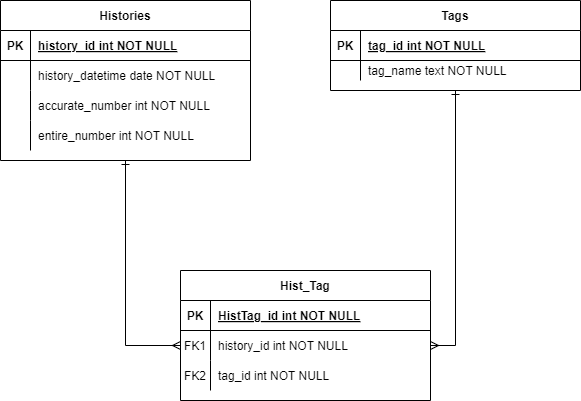
This is documents/テーブル設計.drawio.png from Lis-ReKid/CorrectRateLog, a draw.io export, as it was before one commit. Source tidied: cells renumbered, new cells last; positions are measured from the earlier drawing's top-left corner, leaving out a move shared by most shapes.
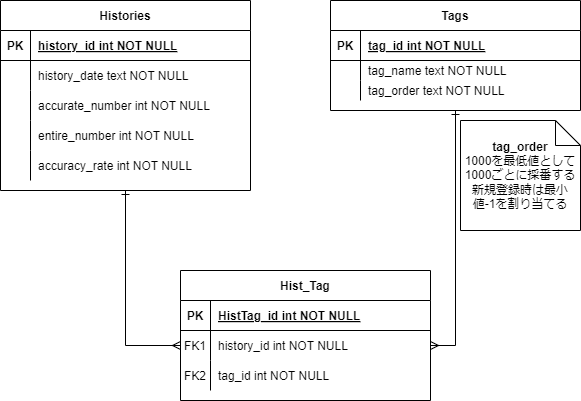
The same file after the commit.

Commit message:
テーブル設計書を更新

Change to the diagram source:
```diff
@@ -1,102 +1,123 @@
-<mxGraphModel>
+<mxGraphModel background="#FFFFFF">
   <root>
     <mxCell id="0" />
     <mxCell id="1" parent="0" />
     <mxCell id="2" value="Tags" style="shape=table;startSize=30;rowLines=0;fontStyle=1;align=center;" parent="1" vertex="1">
-      <mxGeometry x="330" width="250" height="90" as="geometry" />
+      <mxGeometry x="330" width="250" height="110" as="geometry" />
     </mxCell>
-    <mxCell id="3" style="shape=partialRectangle;fillColor=none;top=0;left=0;right=0;bottom=1;" parent="2" vertex="1">
-      <mxGeometry y="30" width="250" height="30" as="geometry" />
-    </mxCell>
-    <mxCell id="4" value="PK" style="shape=partialRectangle;overflow=hidden;fillColor=none;top=0;left=0;bottom=0;right=0;fontStyle=1;" parent="3" vertex="1">
-      <mxGeometry width="30" height="30" as="geometry" />
-    </mxCell>
+    <mxCell id="34" style="shape=partialRectangle;fillColor=none;top=0;left=0;right=0;bottom=1;" parent="2" vertex="1">
+      <mxGeometry y="30" width="250" height="30" as="geometry" />
+    </mxCell>
+    <mxCell id="35" value="PK" style="shape=partialRectangle;overflow=hidden;fillColor=none;top=0;left=0;bottom=0;right=0;fontStyle=1;" parent="34" vertex="1">
+      <mxGeometry width="30" height="30" as="geometry" />
+    </mxCell>
-    <mxCell id="5" value="tag_id int NOT NULL " style="shape=partialRectangle;overflow=hidden;fillColor=none;top=0;left=0;bottom=0;right=0;align=left;spacingLeft=6;fontStyle=5;" parent="3" vertex="1">
+    <mxCell id="5" value="tag_id int NOT NULL " style="shape=partialRectangle;overflow=hidden;fillColor=none;top=0;left=0;bottom=0;right=0;align=left;spacingLeft=6;fontStyle=5;" parent="34" vertex="1">
       <mxGeometry x="30" width="220" height="30" as="geometry" />
     </mxCell>
     <mxCell id="6" style="shape=partialRectangle;fillColor=none;top=0;left=0;right=0;bottom=0;" parent="2" vertex="1">
       <mxGeometry y="60" width="250" height="20" as="geometry" />
     </mxCell>
-    <mxCell id="7" style="shape=partialRectangle;overflow=hidden;fillColor=none;top=0;left=0;bottom=0;right=0;" parent="6" vertex="1">
-      <mxGeometry width="30" height="20" as="geometry" />
-    </mxCell>
+    <mxCell id="36" style="shape=partialRectangle;overflow=hidden;fillColor=none;top=0;left=0;bottom=0;right=0;" parent="6" vertex="1">
+      <mxGeometry width="30" height="20" as="geometry" />
+    </mxCell>
     <mxCell id="8" value="tag_name text NOT NULL" style="shape=partialRectangle;overflow=hidden;fillColor=none;top=0;left=0;bottom=0;right=0;align=left;spacingLeft=6;" parent="6" vertex="1">
       <mxGeometry x="30" width="220" height="20" as="geometry" />
     </mxCell>
+    <mxCell id="37" style="shape=partialRectangle;fillColor=none;top=0;left=0;right=0;bottom=0;" parent="2" vertex="1">
+      <mxGeometry y="80" width="250" height="20" as="geometry" />
+    </mxCell>
+    <mxCell id="38" style="shape=partialRectangle;overflow=hidden;fillColor=none;top=0;left=0;bottom=0;right=0;" parent="37" vertex="1">
+      <mxGeometry width="30" height="20" as="geometry" />
+    </mxCell>
+    <mxCell id="39" value="tag_order text NOT NULL" style="shape=partialRectangle;overflow=hidden;fillColor=none;top=0;left=0;bottom=0;right=0;align=left;spacingLeft=6;" parent="37" vertex="1">
+      <mxGeometry x="30" width="220" height="20" as="geometry" />
+    </mxCell>
     <mxCell id="9" value="Hist_Tag" style="shape=table;startSize=30;rowLines=0;fontStyle=1;align=center;" parent="1" vertex="1">
       <mxGeometry x="180" y="270" width="250" height="130" as="geometry" />
     </mxCell>
-    <mxCell id="10" style="shape=partialRectangle;fillColor=none;top=0;left=0;right=0;bottom=1;" parent="9" vertex="1">
-      <mxGeometry y="30" width="250" height="30" as="geometry" />
-    </mxCell>
-    <mxCell id="11" value="PK" style="shape=partialRectangle;overflow=hidden;fillColor=none;top=0;left=0;bottom=0;right=0;fontStyle=1;" parent="10" vertex="1">
-      <mxGeometry width="30" height="30" as="geometry" />
-    </mxCell>
+    <mxCell id="40" style="shape=partialRectangle;fillColor=none;top=0;left=0;right=0;bottom=1;" parent="9" vertex="1">
+      <mxGeometry y="30" width="250" height="30" as="geometry" />
+    </mxCell>
+    <mxCell id="41" value="PK" style="shape=partialRectangle;overflow=hidden;fillColor=none;top=0;left=0;bottom=0;right=0;fontStyle=1;" parent="40" vertex="1">
+      <mxGeometry width="30" height="30" as="geometry" />
+    </mxCell>
-    <mxCell id="12" value="HistTag_id int NOT NULL " style="shape=partialRectangle;overflow=hidden;fillColor=none;top=0;left=0;bottom=0;right=0;align=left;spacingLeft=6;fontStyle=5;" parent="10" vertex="1">
+    <mxCell id="12" value="HistTag_id int NOT NULL " style="shape=partialRectangle;overflow=hidden;fillColor=none;top=0;left=0;bottom=0;right=0;align=left;spacingLeft=6;fontStyle=5;" parent="40" vertex="1">
       <mxGeometry x="30" width="220" height="30" as="geometry" />
     </mxCell>
-    <mxCell id="13" style="shape=partialRectangle;fillColor=none;points=[[0,0.5],[1,0.5]];portConstraint=eastwest;top=0;left=0;right=0;bottom=0;" parent="9" vertex="1">
-      <mxGeometry y="60" width="250" height="30" as="geometry" />
-    </mxCell>
+    <mxCell id="42" style="shape=partialRectangle;fillColor=none;points=[[0,0.5],[1,0.5]];portConstraint=eastwest;top=0;left=0;right=0;bottom=0;" parent="9" vertex="1">
+      <mxGeometry y="60" width="250" height="30" as="geometry" />
+    </mxCell>
-    <mxCell id="14" value="FK1" style="shape=partialRectangle;overflow=hidden;fillColor=none;top=0;left=0;bottom=0;right=0;" parent="13" vertex="1">
+    <mxCell id="14" value="FK1" style="shape=partialRectangle;overflow=hidden;fillColor=none;top=0;left=0;bottom=0;right=0;" parent="42" vertex="1">
       <mxGeometry width="30" height="30" as="geometry" />
     </mxCell>
-    <mxCell id="15" value="history_id int NOT NULL" style="shape=partialRectangle;overflow=hidden;fillColor=none;top=0;left=0;bottom=0;right=0;align=left;spacingLeft=6;" parent="13" vertex="1">
+    <mxCell id="15" value="history_id int NOT NULL" style="shape=partialRectangle;overflow=hidden;fillColor=none;top=0;left=0;bottom=0;right=0;align=left;spacingLeft=6;" parent="42" vertex="1">
       <mxGeometry x="30" width="220" height="30" as="geometry" />
     </mxCell>
-    <mxCell id="16" style="shape=partialRectangle;fillColor=none;top=0;left=0;right=0;bottom=0;" parent="9" vertex="1">
-      <mxGeometry y="90" width="250" height="30" as="geometry" />
-    </mxCell>
+    <mxCell id="43" style="shape=partialRectangle;fillColor=none;top=0;left=0;right=0;bottom=0;" parent="9" vertex="1">
+      <mxGeometry y="90" width="250" height="30" as="geometry" />
+    </mxCell>
-    <mxCell id="17" value="FK2" style="shape=partialRectangle;overflow=hidden;fillColor=none;top=0;left=0;bottom=0;right=0;" parent="16" vertex="1">
+    <mxCell id="17" value="FK2" style="shape=partialRectangle;overflow=hidden;fillColor=none;top=0;left=0;bottom=0;right=0;" parent="43" vertex="1">
       <mxGeometry width="30" height="30" as="geometry" />
     </mxCell>
-    <mxCell id="18" value="tag_id int NOT NULL" style="shape=partialRectangle;overflow=hidden;fillColor=none;top=0;left=0;bottom=0;right=0;align=left;spacingLeft=6;" parent="16" vertex="1">
+    <mxCell id="18" value="tag_id int NOT NULL" style="shape=partialRectangle;overflow=hidden;fillColor=none;top=0;left=0;bottom=0;right=0;align=left;spacingLeft=6;" parent="43" vertex="1">
       <mxGeometry x="30" width="220" height="30" as="geometry" />
     </mxCell>
-    <mxCell id="19" style="edgeStyle=orthogonalEdgeStyle;rounded=0;jettySize=auto;html=1;entryX=0;entryY=0.5;entryDx=0;entryDy=0;strokeWidth=1;startArrow=ERone;startFill=0;endArrow=ERmany;endFill=0;" parent="1" edge="1" source="20" target="13">
-      <mxGeometry relative="1" as="geometry" />
-    </mxCell>
+    <mxCell id="44" style="edgeStyle=orthogonalEdgeStyle;rounded=0;jettySize=auto;html=1;entryX=0;entryY=0.5;entryDx=0;entryDy=0;strokeWidth=1;startArrow=ERone;startFill=0;endArrow=ERmany;endFill=0;" parent="1" edge="1" source="20" target="42">
+      <mxGeometry relative="1" as="geometry" />
+    </mxCell>
     <mxCell id="20" value="Histories" style="shape=table;startSize=30;rowLines=0;fontStyle=1;align=center;" parent="1" vertex="1">
-      <mxGeometry width="250" height="160" as="geometry" />
+      <mxGeometry width="250" height="190" as="geometry" />
     </mxCell>
-    <mxCell id="21" style="shape=partialRectangle;fillColor=none;top=0;left=0;right=0;bottom=1;" parent="20" vertex="1">
-      <mxGeometry y="30" width="250" height="30" as="geometry" />
-    </mxCell>
-    <mxCell id="22" value="PK" style="shape=partialRectangle;overflow=hidden;fillColor=none;top=0;left=0;bottom=0;right=0;fontStyle=1;" parent="21" vertex="1">
-      <mxGeometry width="30" height="30" as="geometry" />
-    </mxCell>
+    <mxCell id="45" style="shape=partialRectangle;fillColor=none;top=0;left=0;right=0;bottom=1;" parent="20" vertex="1">
+      <mxGeometry y="30" width="250" height="30" as="geometry" />
+    </mxCell>
+    <mxCell id="46" value="PK" style="shape=partialRectangle;overflow=hidden;fillColor=none;top=0;left=0;bottom=0;right=0;fontStyle=1;" parent="45" vertex="1">
+      <mxGeometry width="30" height="30" as="geometry" />
+    </mxCell>
-    <mxCell id="23" value="history_id int NOT NULL " style="shape=partialRectangle;overflow=hidden;fillColor=none;top=0;left=0;bottom=0;right=0;align=left;spacingLeft=6;fontStyle=5;" parent="21" vertex="1">
+    <mxCell id="23" value="history_id int NOT NULL " style="shape=partialRectangle;overflow=hidden;fillColor=none;top=0;left=0;bottom=0;right=0;align=left;spacingLeft=6;fontStyle=5;" parent="45" vertex="1">
       <mxGeometry x="30" width="220" height="30" as="geometry" />
     </mxCell>
-    <mxCell id="24" style="shape=partialRectangle;fillColor=none;top=0;left=0;right=0;bottom=0;" parent="20" vertex="1">
-      <mxGeometry y="60" width="250" height="30" as="geometry" />
-    </mxCell>
-    <mxCell id="25" style="shape=partialRectangle;overflow=hidden;fillColor=none;top=0;left=0;bottom=0;right=0;" parent="24" vertex="1">
-      <mxGeometry width="30" height="30" as="geometry" />
-    </mxCell>
-    <mxCell id="26" value="history_datetime date NOT NULL" style="shape=partialRectangle;overflow=hidden;fillColor=none;top=0;left=0;bottom=0;right=0;align=left;spacingLeft=6;" parent="24" vertex="1">
-      <mxGeometry x="30" width="220" height="30" as="geometry" />
-    </mxCell>
-    <mxCell id="27" style="shape=partialRectangle;fillColor=none;top=0;left=0;right=0;bottom=0;" parent="20" vertex="1">
-      <mxGeometry y="90" width="250" height="30" as="geometry" />
-    </mxCell>
-    <mxCell id="28" style="shape=partialRectangle;overflow=hidden;fillColor=none;top=0;left=0;bottom=0;right=0;" parent="27" vertex="1">
-      <mxGeometry width="30" height="30" as="geometry" />
-    </mxCell>
+    <mxCell id="47" style="shape=partialRectangle;fillColor=none;top=0;left=0;right=0;bottom=0;" parent="20" vertex="1">
+      <mxGeometry y="60" width="250" height="30" as="geometry" />
+    </mxCell>
+    <mxCell id="48" style="shape=partialRectangle;overflow=hidden;fillColor=none;top=0;left=0;bottom=0;right=0;" parent="47" vertex="1">
+      <mxGeometry width="30" height="30" as="geometry" />
+    </mxCell>
+    <mxCell id="49" value="history_date text NOT NULL" style="shape=partialRectangle;overflow=hidden;fillColor=none;top=0;left=0;bottom=0;right=0;align=left;spacingLeft=6;" parent="47" vertex="1">
+      <mxGeometry x="30" width="220" height="30" as="geometry" />
+    </mxCell>
+    <mxCell id="50" style="shape=partialRectangle;fillColor=none;top=0;left=0;right=0;bottom=0;" parent="20" vertex="1">
+      <mxGeometry y="90" width="250" height="30" as="geometry" />
+    </mxCell>
+    <mxCell id="51" style="shape=partialRectangle;overflow=hidden;fillColor=none;top=0;left=0;bottom=0;right=0;" parent="50" vertex="1">
+      <mxGeometry width="30" height="30" as="geometry" />
+    </mxCell>
-    <mxCell id="29" value="accurate_number int NOT NULL" style="shape=partialRectangle;overflow=hidden;fillColor=none;top=0;left=0;bottom=0;right=0;align=left;spacingLeft=6;" parent="27" vertex="1">
+    <mxCell id="29" value="accurate_number int NOT NULL" style="shape=partialRectangle;overflow=hidden;fillColor=none;top=0;left=0;bottom=0;right=0;align=left;spacingLeft=6;" parent="50" vertex="1">
       <mxGeometry x="30" width="220" height="30" as="geometry" />
     </mxCell>
     <mxCell id="30" style="shape=partialRectangle;fillColor=none;top=0;left=0;right=0;bottom=0;" parent="20" vertex="1">
       <mxGeometry y="120" width="250" height="30" as="geometry" />
     </mxCell>
-    <mxCell id="31" style="shape=partialRectangle;overflow=hidden;fillColor=none;top=0;left=0;bottom=0;right=0;" parent="30" vertex="1">
-      <mxGeometry width="30" height="30" as="geometry" />
-    </mxCell>
+    <mxCell id="52" style="shape=partialRectangle;overflow=hidden;fillColor=none;top=0;left=0;bottom=0;right=0;" parent="30" vertex="1">
+      <mxGeometry width="30" height="30" as="geometry" />
+    </mxCell>
     <mxCell id="32" value="entire_number int NOT NULL" style="shape=partialRectangle;overflow=hidden;fillColor=none;top=0;left=0;bottom=0;right=0;align=left;spacingLeft=6;" parent="30" vertex="1">
       <mxGeometry x="30" width="220" height="30" as="geometry" />
     </mxCell>
-    <mxCell id="33" style="edgeStyle=orthogonalEdgeStyle;rounded=0;jettySize=auto;html=1;entryX=0.5;entryY=1;entryDx=0;entryDy=0;endArrow=ERone;endFill=0;startArrow=ERmany;startFill=0;" parent="1" edge="1" source="13" target="2">
-      <mxGeometry relative="1" as="geometry" />
-    </mxCell>
+    <mxCell id="53" style="shape=partialRectangle;fillColor=none;top=0;left=0;right=0;bottom=0;" parent="20" vertex="1">
+      <mxGeometry y="150" width="250" height="30" as="geometry" />
+    </mxCell>
+    <mxCell id="54" style="shape=partialRectangle;overflow=hidden;fillColor=none;top=0;left=0;bottom=0;right=0;" parent="53" vertex="1">
+      <mxGeometry width="30" height="30" as="geometry" />
+    </mxCell>
+    <mxCell id="55" value="accuracy_rate int NOT NULL" style="shape=partialRectangle;overflow=hidden;fillColor=none;top=0;left=0;bottom=0;right=0;align=left;spacingLeft=6;" parent="53" vertex="1">
+      <mxGeometry x="30" width="220" height="30" as="geometry" />
+    </mxCell>
+    <mxCell id="56" style="edgeStyle=orthogonalEdgeStyle;rounded=0;jettySize=auto;html=1;entryX=0.5;entryY=1;entryDx=0;entryDy=0;endArrow=ERone;endFill=0;startArrow=ERmany;startFill=0;" parent="1" edge="1" source="42" target="2">
+      <mxGeometry relative="1" as="geometry" />
+    </mxCell>
+    <mxCell id="57" value="&lt;b&gt;tag_order&lt;/b&gt;&lt;div&gt;1000を最低値として1000ごとに採番する&lt;/div&gt;&lt;div&gt;新規登録時は最小値-1を割り当てる&lt;/div&gt;" style="shape=note2;boundedLbl=1;whiteSpace=wrap;html=1;size=25;verticalAlign=middle;align=center;labelPosition=center;verticalLabelPosition=middle;" parent="1" vertex="1">
+      <mxGeometry x="460" y="120" width="120" height="110" as="geometry" />
+    </mxCell>
   </root>
 </mxGraphModel>
```
